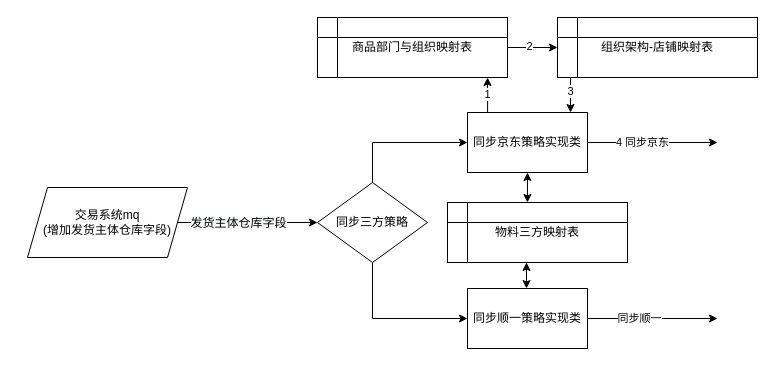
This is 交易系统订单重构.drawio from yindongjun/drawio-2, a draw.io file, before an edit. Source tidied: cells renumbered, new cells numbered last; positions are measured from the earlier drawing's top-left corner, leaving out a move shared by most shapes. Both pictures are drawn from the tidied source at 100%, with x=0, y=0 at pixel (27, 17).
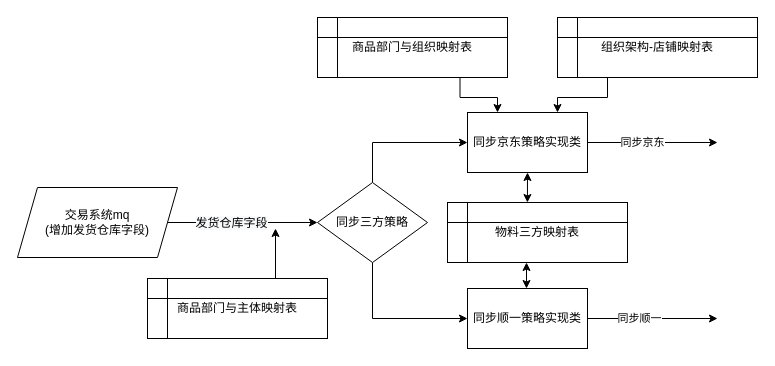
The same diagram, later.

Commit message (it also covers changes not shown here):
Update 交易系统订单重构.drawio

The change refers to these unchanged cells:
```xml
<mxCell id="2" style="edgeStyle=orthogonalEdgeStyle;rounded=0;jettySize=auto;html=1;exitX=1;exitY=0.5;exitDx=0;exitDy=0;entryX=0;entryY=0.5;entryDx=0;entryDy=0;" parent="1" edge="1" source="4" target="7">
  <mxGeometry relative="1" as="geometry" />
</mxCell>
<mxCell id="8" style="edgeStyle=orthogonalEdgeStyle;rounded=0;jettySize=auto;html=1;exitX=1;exitY=0.5;exitDx=0;exitDy=0;" parent="1" edge="1" source="12">
  <mxGeometry relative="1" as="geometry">
    <mxPoint x="690" y="125" as="targetPoint" />
  </mxGeometry>
</mxCell>
<mxCell id="12" value="同步京东策略实现类" style="rounded=0;whiteSpace=wrap;html=1;" parent="1" vertex="1">
  <mxGeometry x="440" y="95" width="120" height="60" as="geometry" />
</mxCell>
<mxCell id="18" value="商品部门与组织映射表" style="shape=internalStorage;whiteSpace=wrap;html=1;backgroundOutline=1;" parent="1" vertex="1">
  <mxGeometry x="290" width="190" height="60" as="geometry" />
</mxCell>
<mxCell id="21" value="组织架构-店铺映射表" style="shape=internalStorage;whiteSpace=wrap;html=1;backgroundOutline=1;" parent="1" vertex="1">
  <mxGeometry x="530" width="200" height="60" as="geometry" />
</mxCell>
```

What changed in the source:
```diff
@@
-    <mxCell id="3" value="&lt;span style=&quot;font-size: 12px ; background-color: rgb(248 , 249 , 250)&quot;&gt;发货主体仓库字段&lt;/span&gt;" style="edgeLabel;html=1;align=center;verticalAlign=middle;" parent="2" vertex="1">
+    <mxCell id="3" value="&lt;span style=&quot;font-size: 12px ; background-color: rgb(248 , 249 , 250)&quot;&gt;发货仓库字段&lt;/span&gt;" style="edgeLabel;html=1;align=center;verticalAlign=middle;" parent="2" vertex="1">
       <mxGeometry x="-0.25" y="-1" relative="1" as="geometry">
         <mxPoint x="7" y="-1" as="offset" />
       </mxGeometry>
     </mxCell>
-    <mxCell id="4" value="交易系统mq&lt;br&gt;(增加发货主体仓库字段)" style="shape=parallelogram;perimeter=parallelogramPerimeter;whiteSpace=wrap;html=1;fixedSize=1;" parent="1" vertex="1">
-      <mxGeometry y="170" width="160" height="70" as="geometry" />
+    <mxCell id="4" value="交易系统mq&lt;br&gt;(增加发货仓库字段)" style="shape=parallelogram;perimeter=parallelogramPerimeter;whiteSpace=wrap;html=1;fixedSize=1;" parent="1" vertex="1">
+      <mxGeometry x="-10" y="170" width="160" height="70" as="geometry" />
     </mxCell>
@@
-    <mxCell id="9" value="4 同步京东" style="edgeLabel;html=1;align=center;verticalAlign=middle;" parent="8" vertex="1">
+    <mxCell id="9" value="同步京东" style="edgeLabel;html=1;align=center;verticalAlign=middle;" parent="8" vertex="1">
       <mxGeometry x="-0.18" y="1" relative="1" as="geometry" />
     </mxCell>
-    <mxCell id="10" style="edgeStyle=orthogonalEdgeStyle;rounded=0;jettySize=auto;html=1;exitX=0.25;exitY=0;exitDx=0;exitDy=0;entryX=0.895;entryY=1;entryDx=0;entryDy=0;entryPerimeter=0;" parent="1" edge="1" source="12" target="18">
-      <mxGeometry relative="1" as="geometry" />
-    </mxCell>
-    <mxCell id="11" value="1" style="edgeLabel;html=1;align=center;verticalAlign=middle;" parent="10" vertex="1">
-      <mxGeometry x="0.24" y="-1" relative="1" as="geometry">
-        <mxPoint x="-2" as="offset" />
-      </mxGeometry>
-    </mxCell>
@@
-    <mxCell id="16" style="edgeStyle=orthogonalEdgeStyle;rounded=0;jettySize=auto;html=1;exitX=1;exitY=0.5;exitDx=0;exitDy=0;entryX=0;entryY=0.5;entryDx=0;entryDy=0;" parent="1" edge="1" source="18" target="21">
-      <mxGeometry relative="1" as="geometry" />
-    </mxCell>
-    <mxCell id="17" value="2" style="edgeLabel;html=1;align=center;verticalAlign=middle;" parent="16" vertex="1">
-      <mxGeometry x="-0.48" y="2" relative="1" as="geometry">
-        <mxPoint x="8" as="offset" />
-      </mxGeometry>
-    </mxCell>
+    <mxCell id="25" style="edgeStyle=orthogonalEdgeStyle;rounded=0;jettySize=auto;html=1;exitX=0.75;exitY=1;exitDx=0;exitDy=0;entryX=0.25;entryY=0;entryDx=0;entryDy=0;" parent="1" edge="1" source="18" target="12">
+      <mxGeometry relative="1" as="geometry" />
+    </mxCell>
@@
-    <mxCell id="19" style="edgeStyle=orthogonalEdgeStyle;rounded=0;orthogonalLoop=1;jettySize=auto;html=1;exitX=0;exitY=1;exitDx=0;exitDy=0;entryX=0.75;entryY=0;entryDx=0;entryDy=0;" parent="1" edge="1">
-      <mxGeometry relative="1" as="geometry">
-        <mxPoint x="543" y="60" as="sourcePoint" />
-        <mxPoint x="543" y="95" as="targetPoint" />
-      </mxGeometry>
-    </mxCell>
-    <mxCell id="20" value="3" style="edgeLabel;html=1;align=center;verticalAlign=middle;" parent="19" vertex="1">
-      <mxGeometry x="-0.09" y="-1" relative="1" as="geometry">
-        <mxPoint y="-3" as="offset" />
-      </mxGeometry>
-    </mxCell>
+    <mxCell id="26" style="edgeStyle=orthogonalEdgeStyle;rounded=0;jettySize=auto;html=1;exitX=0.25;exitY=1;exitDx=0;exitDy=0;entryX=0.75;entryY=0;entryDx=0;entryDy=0;" parent="1" edge="1" source="21" target="12">
+      <mxGeometry relative="1" as="geometry" />
+    </mxCell>
@@
+    <mxCell id="27" style="edgeStyle=orthogonalEdgeStyle;rounded=0;orthogonalLoop=1;jettySize=auto;html=1;exitX=0.5;exitY=0;exitDx=0;exitDy=0;" parent="1" edge="1">
+      <mxGeometry relative="1" as="geometry">
+        <mxPoint x="248" y="261" as="sourcePoint" />
+        <mxPoint x="248" y="211" as="targetPoint" />
+      </mxGeometry>
+    </mxCell>
+    <mxCell id="28" value="商品部门与主体映射表" style="shape=internalStorage;whiteSpace=wrap;html=1;backgroundOutline=1;" parent="1" vertex="1">
+      <mxGeometry x="120" y="261" width="180" height="60" as="geometry" />
+    </mxCell>
```
